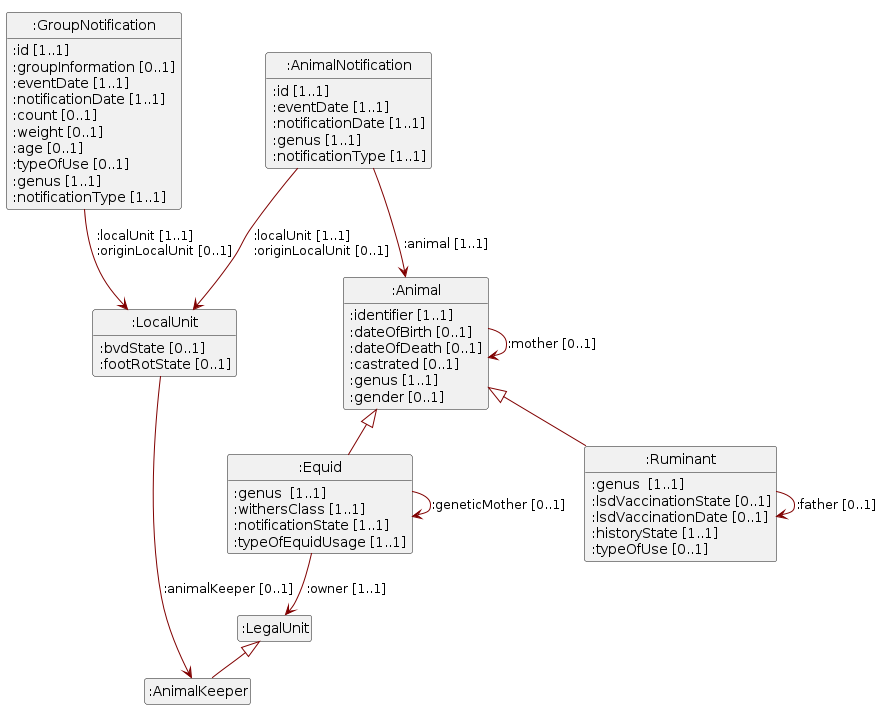
Earlier version of the PlantUML export assets/img/uml.png (blw-ofag-ufag/eCH-0309).
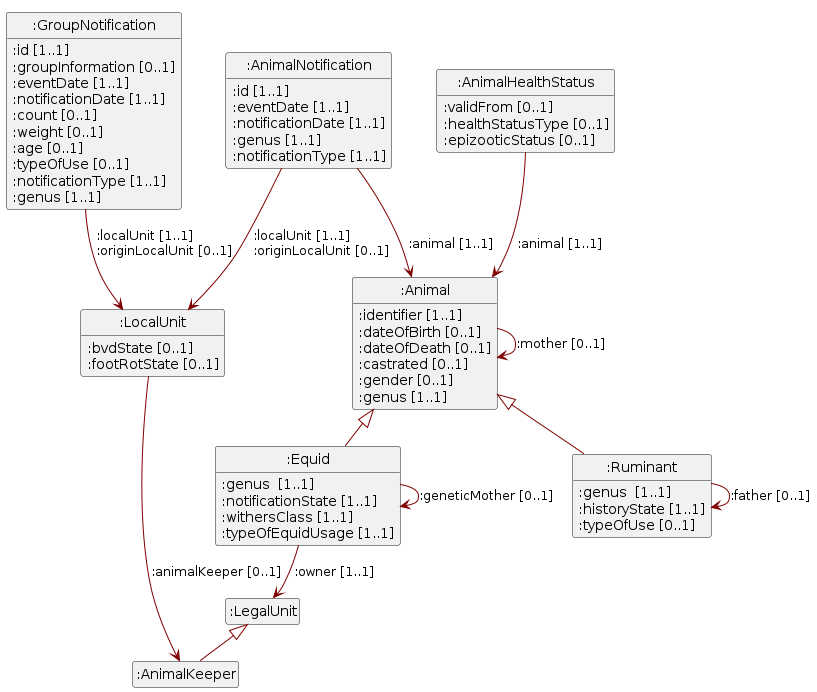
The same file after the commit.

Change to the diagram source:
```diff
@@ -12,8 +12,8 @@
 ":Equid" --> ":LegalUnit" : :owner [1..1]
 ":Equid" : :genus  [1..1]
 ":Equid" --> ":Equid" : :geneticMother<U+00A0>[0..1]
+":Equid" : :notificationState [1..1]
 ":Equid" : :withersClass [1..1]
-":Equid" : :notificationState [1..1]
 ":Equid" : :typeOfEquidUsage [1..1]
 Class ":LegalUnit"
 Class ":GroupNotification"
@@ -24,17 +24,15 @@
 ":GroupNotification" : :count [0..1]
 ":GroupNotification" : :weight [0..1]
 ":GroupNotification" : :age [0..1]
+":GroupNotification" --> ":LocalUnit" : :localUnit<U+00A0>[1..1]  \l:originLocalUnit<U+00A0>[0..1]
 ":GroupNotification" : :typeOfUse [0..1]
-":GroupNotification" --> ":LocalUnit" : :localUnit<U+00A0>[1..1]  \l:originLocalUnit<U+00A0>[0..1]
+":GroupNotification" : :notificationType [1..1]
 ":GroupNotification" : :genus [1..1]
-":GroupNotification" : :notificationType [1..1]
 Class ":Ruminant"
 ":Ruminant" : :genus  [1..1]
-":Ruminant" : :lsdVaccinationState [0..1]
-":Ruminant" : :lsdVaccinationDate [0..1]
-":Ruminant" --> ":Ruminant" : :father<U+00A0>[0..1]
 ":Ruminant" : :historyState [1..1]
 ":Ruminant" : :typeOfUse [0..1]
+":Ruminant" --> ":Ruminant" : :father<U+00A0>[0..1]
 Class ":AnimalKeeper"
 Class ":AnimalNotification"
 ":AnimalNotification" : :id [1..1]
@@ -48,14 +46,19 @@
 ":LocalUnit" --> ":AnimalKeeper" : :animalKeeper [0..1]
 ":LocalUnit" : :bvdState [0..1]
 ":LocalUnit" : :footRotState [0..1]
+Class ":AnimalHealthStatus"
+":AnimalHealthStatus" : :validFrom [0..1]
+":AnimalHealthStatus" --> ":Animal" : :animal<U+00A0>[1..1]
+":AnimalHealthStatus" : :healthStatusType [0..1]
+":AnimalHealthStatus" : :epizooticStatus [0..1]
 Class ":Animal"
 ":Animal" : :identifier [1..1]
 ":Animal" : :dateOfBirth [0..1]
 ":Animal" : :dateOfDeath [0..1]
 ":Animal" : :castrated [0..1]
+":Animal" : :gender [0..1]
+":Animal" --> ":Animal" : :mother<U+00A0>[0..1]
 ":Animal" : :genus [1..1]
-":Animal" --> ":Animal" : :mother<U+00A0>[0..1]
-":Animal" : :gender [0..1]
 ":Animal" <|-- ":Equid"
 ":Animal" <|-- ":Ruminant"
 ":LegalUnit" <|-- ":AnimalKeeper"
```
